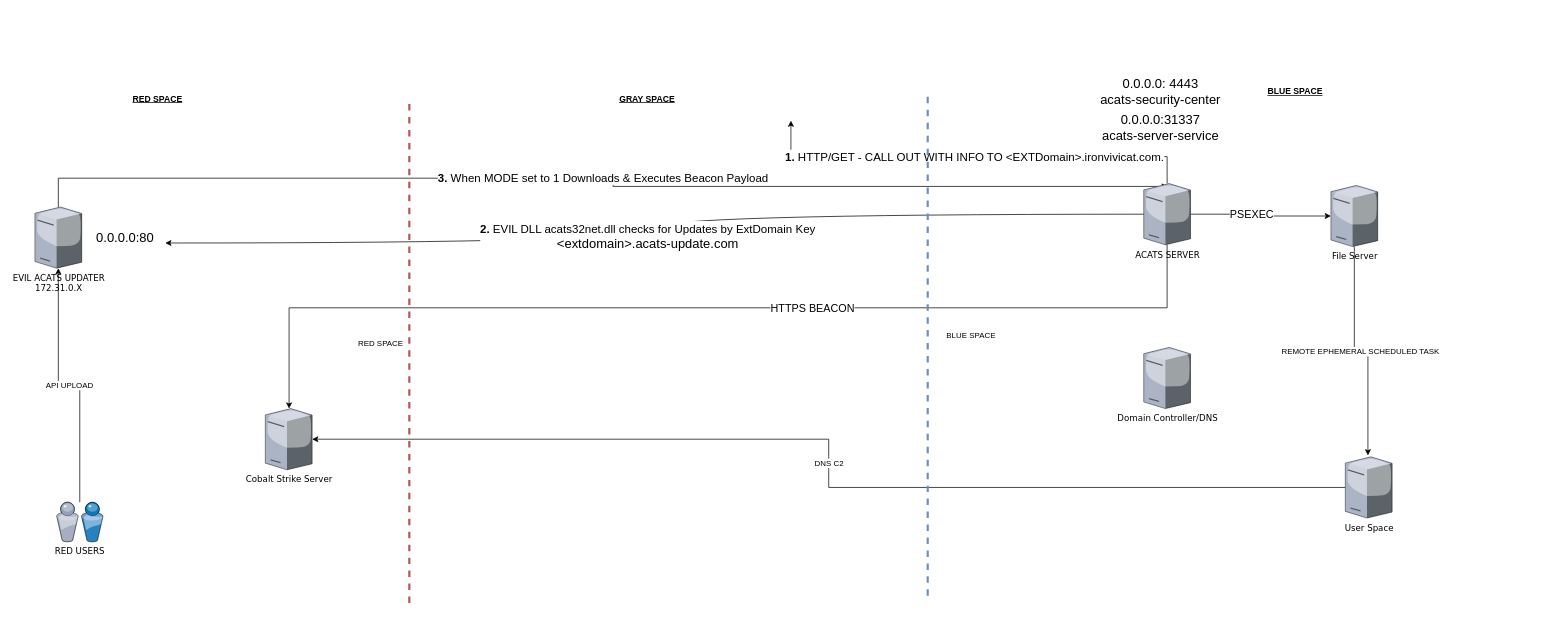
The draw.io diagram Cronos Primo.drawio in arosenmund/attack-diagrams, before the edit. Source tidied: cells renumbered, new cells numbered last; positions are measured from the earlier drawing's top-left corner, leaving out a move shared by most shapes. Both pictures are drawn from the tidied source at 72%, with x=0, y=0 at pixel (35, 73).
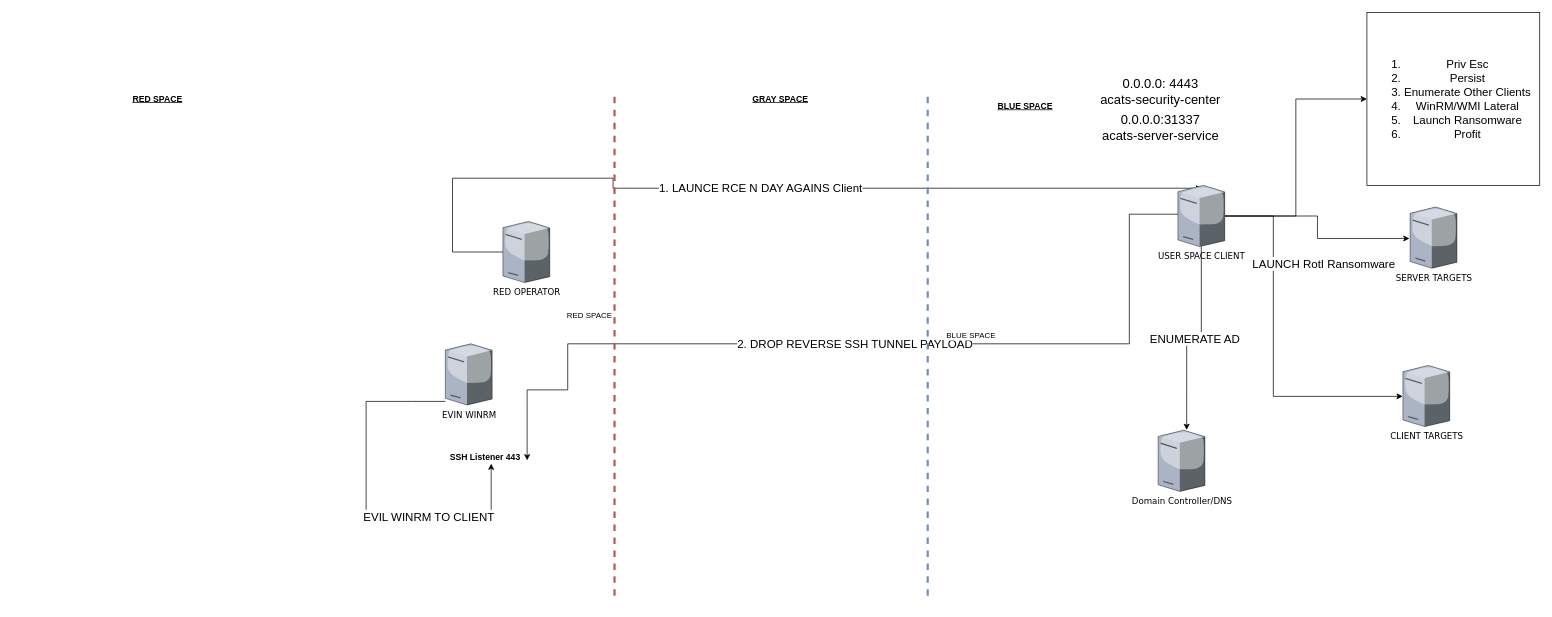
After the change.

What changed in the source:
```diff
@@
-    <mxCell id="2" value="API UPLOAD" style="edgeStyle=orthogonalEdgeStyle;rounded=0;jettySize=auto;html=1;" parent="1" edge="1" source="3" target="5">
-      <mxGeometry relative="1" as="geometry" />
-    </mxCell>
-    <mxCell id="3" value="RED USERS" style="verticalLabelPosition=bottom;html=1;verticalAlign=top;strokeColor=none;shape=mxgraph.citrix.users;rounded=0;shadow=0;comic=0;fontFamily=Verdana;" parent="1" vertex="1">
-      <mxGeometry x="30" y="595" width="64.5" height="55" as="geometry" />
-    </mxCell>
-    <mxCell id="4" value="&lt;font style=&quot;font-size: 16px;&quot;&gt;&lt;b&gt;3.&lt;/b&gt; When MODE set to 1 Downloads &amp;amp; Executes Beacon Payload&lt;/font&gt;" style="edgeStyle=orthogonalEdgeStyle;rounded=0;jettySize=auto;html=1;entryX=0.513;entryY=0.046;entryDx=0;entryDy=0;entryPerimeter=0;" parent="1" edge="1" source="5" target="16">
+    <mxCell id="4" value="&lt;span style=&quot;font-size: 16px;&quot;&gt;1. LAUNCE RCE N DAY AGAINS Client&lt;/span&gt;" style="edgeStyle=orthogonalEdgeStyle;rounded=0;jettySize=auto;html=1;entryX=0.513;entryY=0.046;entryDx=0;entryDy=0;entryPerimeter=0;" parent="1" edge="1" source="5" target="16">
       <mxGeometry relative="1" as="geometry">
         <Array as="points">
-          <mxPoint x="33" y="145" />
+          <mxPoint x="580" y="248" />
+          <mxPoint x="580" y="145" />
           <mxPoint x="803" y="145" />
-          <mxPoint x="803" y="156" />
+          <mxPoint x="803" y="159" />
         </Array>
       </mxGeometry>
     </mxCell>
-    <mxCell id="5" value="EVIL ACATS UPDATER&lt;br&gt;172.31.0.X" style="verticalLabelPosition=bottom;html=1;verticalAlign=top;strokeColor=none;shape=mxgraph.citrix.tower_server;rounded=0;shadow=0;comic=0;fontFamily=Verdana;" parent="1" vertex="1">
-      <mxGeometry y="185" width="65" height="85" as="geometry" />
+    <mxCell id="5" value="RED OPERATOR&lt;br&gt;" style="verticalLabelPosition=bottom;html=1;verticalAlign=top;strokeColor=none;shape=mxgraph.citrix.tower_server;rounded=0;shadow=0;comic=0;fontFamily=Verdana;" parent="1" vertex="1">
+      <mxGeometry x="650" y="205" width="65" height="85" as="geometry" />
     </mxCell>
+    <mxCell id="27" value="EVIL WINRM TO CLIENT" style="edgeStyle=orthogonalEdgeStyle;rounded=0;jettySize=auto;html=1;entryX=0.579;entryY=0.95;entryDx=0;entryDy=0;entryPerimeter=0;fontSize=16;" parent="1" edge="1" source="6" target="33">
+      <mxGeometry x="0.38" relative="1" as="geometry">
+        <Array as="points">
+          <mxPoint x="523" y="455" />
+          <mxPoint x="460" y="455" />
+          <mxPoint x="460" y="615" />
+          <mxPoint x="634" y="615" />
+        </Array>
+      </mxGeometry>
+    </mxCell>
-    <mxCell id="6" value="Cobalt Strike Server&lt;br&gt;" style="verticalLabelPosition=bottom;html=1;verticalAlign=top;strokeColor=none;shape=mxgraph.citrix.tower_server;rounded=0;shadow=0;comic=0;fontFamily=Verdana;" parent="1" vertex="1">
-      <mxGeometry x="320" y="465" width="65" height="85" as="geometry" />
+    <mxCell id="6" value="EVIN WINRM" style="verticalLabelPosition=bottom;html=1;verticalAlign=top;strokeColor=none;shape=mxgraph.citrix.tower_server;rounded=0;shadow=0;comic=0;fontFamily=Verdana;" parent="1" vertex="1">
+      <mxGeometry x="570" y="375" width="65" height="85" as="geometry" />
     </mxCell>
-    <mxCell id="7" value="REMOTE EPHEMERAL SCHEDULED TASK" style="edgeStyle=orthogonalEdgeStyle;rounded=0;jettySize=auto;html=1;entryX=0.483;entryY=-0.023;entryDx=0;entryDy=0;entryPerimeter=0;" parent="1" edge="1" source="8" target="22">
-      <mxGeometry relative="1" as="geometry" />
-    </mxCell>
-    <mxCell id="8" value="File Server&lt;br&gt;" style="verticalLabelPosition=bottom;html=1;verticalAlign=top;strokeColor=none;shape=mxgraph.citrix.tower_server;rounded=0;shadow=0;comic=0;fontFamily=Verdana;" parent="1" vertex="1">
-      <mxGeometry x="1800" y="155" width="65" height="85" as="geometry" />
+    <mxCell id="8" value="SERVER TARGETS" style="verticalLabelPosition=bottom;html=1;verticalAlign=top;strokeColor=none;shape=mxgraph.citrix.tower_server;rounded=0;shadow=0;comic=0;fontFamily=Verdana;" parent="1" vertex="1">
+      <mxGeometry x="1910" y="185" width="65" height="85" as="geometry" />
     </mxCell>
     <mxCell id="9" value="Domain Controller/DNS" style="verticalLabelPosition=bottom;html=1;verticalAlign=top;strokeColor=none;shape=mxgraph.citrix.tower_server;rounded=0;shadow=0;comic=0;fontFamily=Verdana;" parent="1" vertex="1">
-      <mxGeometry x="1540" y="380" width="65" height="85" as="geometry" />
+      <mxGeometry x="1560" y="495" width="65" height="85" as="geometry" />
     </mxCell>
-    <mxCell id="10" value="&lt;font style=&quot;font-size: 18px;&quot;&gt;0.0.0.0:80&lt;/font&gt;" style="text;html=1;align=center;verticalAlign=middle;points=[];strokeColor=none;fillColor=none;" parent="1" vertex="1">
-      <mxGeometry x="75" y="217.5" width="100" height="20" as="geometry" />
-    </mxCell>
+    <mxCell id="28" style="edgeStyle=orthogonalEdgeStyle;rounded=0;jettySize=auto;html=1;fontStyle=1;entryX=1.033;entryY=0.717;entryDx=0;entryDy=0;entryPerimeter=0;" parent="1" edge="1" source="16" target="33">
+      <mxGeometry relative="1" as="geometry">
+        <Array as="points">
+          <mxPoint x="1520" y="195" />
+          <mxPoint x="1520" y="375" />
+          <mxPoint x="740" y="375" />
+          <mxPoint x="740" y="439" />
+          <mxPoint x="684" y="439" />
+        </Array>
+      </mxGeometry>
+    </mxCell>
+    <mxCell id="29" value="&lt;span style=&quot;font-size: 16px;&quot;&gt;2. DROP REVERSE SSH TUNNEL PAYLOAD&lt;/span&gt;" style="edgeLabel;html=1;align=center;verticalAlign=middle;fontSize=16;" parent="28" vertex="1">
+      <mxGeometry x="0.01" y="-1" relative="1" as="geometry" />
+    </mxCell>
+    <mxCell id="30" value="ENUMERATE AD" style="edgeStyle=orthogonalEdgeStyle;rounded=0;jettySize=auto;html=1;entryX=0.61;entryY=-0.004;entryDx=0;entryDy=0;entryPerimeter=0;fontSize=16;" parent="1" edge="1" source="16" target="9">
+      <mxGeometry relative="1" as="geometry" />
+    </mxCell>
-    <mxCell id="11" style="edgeStyle=orthogonalEdgeStyle;rounded=0;jettySize=auto;html=1;" parent="1" edge="1" source="16" target="8">
+    <mxCell id="11" style="edgeStyle=orthogonalEdgeStyle;rounded=0;jettySize=auto;html=1;entryX=-0.015;entryY=0.514;entryDx=0;entryDy=0;entryPerimeter=0;fontSize=16;" parent="1" edge="1" source="16" target="8">
       <mxGeometry relative="1" as="geometry" />
     </mxCell>
-    <mxCell id="12" value="PSEXEC" style="edgeLabel;html=1;align=center;verticalAlign=middle;fontSize=15;" parent="11" vertex="1">
-      <mxGeometry x="-0.15" y="1" relative="1" as="geometry" />
-    </mxCell>
-    <mxCell id="13" style="edgeStyle=orthogonalEdgeStyle;rounded=0;jettySize=auto;html=1;" parent="1" edge="1" source="16" target="6">
-      <mxGeometry relative="1" as="geometry">
-        <Array as="points">
-          <mxPoint x="1573" y="325" />
-          <mxPoint x="353" y="325" />
-        </Array>
-      </mxGeometry>
-    </mxCell>
-    <mxCell id="14" value="HTTPS BEACON" style="edgeLabel;html=1;align=center;verticalAlign=middle;fontSize=15;" parent="13" vertex="1">
-      <mxGeometry x="-0.82" y="-1" relative="1" as="geometry">
-        <mxPoint x="-451" as="offset" />
-      </mxGeometry>
-    </mxCell>
-    <mxCell id="15" value="&lt;font style=&quot;font-size: 16px;&quot;&gt;&lt;b&gt;1.&lt;/b&gt; HTTP/GET - CALL OUT WITH INFO TO &amp;lt;EXTDomain&amp;gt;.ironvivicat.com.&lt;/font&gt;" style="edgeStyle=orthogonalEdgeStyle;rounded=0;jettySize=auto;html=1;" parent="1" edge="1" source="16">
-      <mxGeometry relative="1" as="geometry">
-        <mxPoint x="1050" y="65" as="targetPoint" />
-        <Array as="points">
-          <mxPoint x="1573" y="115" />
-          <mxPoint x="1050" y="115" />
-        </Array>
-      </mxGeometry>
-    </mxCell>
+    <mxCell id="31" value="LAUNCH RotI Ransomware" style="edgeStyle=orthogonalEdgeStyle;rounded=0;jettySize=auto;html=1;entryX=-0.005;entryY=0.506;entryDx=0;entryDy=0;entryPerimeter=0;fontSize=16;" parent="1" edge="1" source="16" target="22">
+      <mxGeometry x="-0.46" y="70" relative="1" as="geometry">
+        <Array as="points">
+          <mxPoint x="1720" y="198" />
+          <mxPoint x="1720" y="448" />
+        </Array>
+      </mxGeometry>
+    </mxCell>
+    <mxCell id="32" style="edgeStyle=orthogonalEdgeStyle;rounded=0;jettySize=auto;html=1;fontSize=16;" parent="1" edge="1" source="16" target="34">
+      <mxGeometry relative="1" as="geometry" />
+    </mxCell>
-    <mxCell id="16" value="ACATS SERVER" style="verticalLabelPosition=bottom;html=1;verticalAlign=top;strokeColor=none;shape=mxgraph.citrix.tower_server;rounded=0;shadow=0;comic=0;fontFamily=Verdana;" parent="1" vertex="1">
-      <mxGeometry x="1540" y="152.5" width="65" height="85" as="geometry" />
+    <mxCell id="16" value="USER SPACE CLIENT" style="verticalLabelPosition=bottom;html=1;verticalAlign=top;strokeColor=none;shape=mxgraph.citrix.tower_server;rounded=0;shadow=0;comic=0;fontFamily=Verdana;" parent="1" vertex="1">
+      <mxGeometry x="1587.5" y="155" width="65" height="85" as="geometry" />
     </mxCell>
-    <mxCell id="17" value="&lt;font style=&quot;font-size: 16px;&quot;&gt;&lt;b&gt;2.&lt;/b&gt; EVIL DLL acats32net.dll checks for Updates by ExtDomain Key&lt;br&gt;&lt;/font&gt;&amp;lt;extdomain&amp;gt;.acats-update.com" style="endArrow=classic;html=1;rounded=0;fontSize=18;entryX=1.06;entryY=0.875;entryDx=0;entryDy=0;entryPerimeter=0;edgeStyle=orthogonalEdgeStyle;curved=1;" parent="1" edge="1" source="16" target="10">
-      <mxGeometry x="0.02" y="-7" relative="1" as="geometry" />
-    </mxCell>
@@
     <mxCell id="20" value="RED SPACE" style="endArrow=none;dashed=1;html=1;rounded=0;fillColor=#f8cecc;strokeColor=#b85450;strokeWidth=3;" parent="1" edge="1">
-      <mxGeometry x="0.03" y="40" relative="1" as="geometry">
-        <mxPoint x="520" y="735" as="sourcePoint" />
-        <mxPoint x="520" y="35" as="targetPoint" />
+      <mxGeometry x="0.11" y="35" relative="1" as="geometry">
+        <mxPoint x="805" y="725" as="sourcePoint" />
+        <mxPoint x="805" y="25" as="targetPoint" />
       </mxGeometry>
     </mxCell>
-    <mxCell id="21" value="DNS C2" style="edgeStyle=orthogonalEdgeStyle;rounded=0;jettySize=auto;html=1;" parent="1" edge="1" source="22" target="6">
-      <mxGeometry relative="1" as="geometry" />
-    </mxCell>
-    <mxCell id="22" value="User Space" style="verticalLabelPosition=bottom;html=1;verticalAlign=top;strokeColor=none;shape=mxgraph.citrix.tower_server;rounded=0;shadow=0;comic=0;fontFamily=Verdana;" parent="1" vertex="1">
-      <mxGeometry x="1820" y="532" width="65" height="85" as="geometry" />
+    <mxCell id="22" value="CLIENT TARGETS" style="verticalLabelPosition=bottom;html=1;verticalAlign=top;strokeColor=none;shape=mxgraph.citrix.tower_server;rounded=0;shadow=0;comic=0;fontFamily=Verdana;" parent="1" vertex="1">
+      <mxGeometry x="1900" y="405" width="65" height="85" as="geometry" />
     </mxCell>
@@
     <mxCell id="24" value="&lt;b&gt;&lt;u&gt;GRAY SPACE&lt;/u&gt;&lt;/b&gt;" style="text;html=1;align=center;verticalAlign=middle;strokeColor=none;fillColor=none;" parent="1" vertex="1">
-      <mxGeometry x="805" y="25" width="90" height="20" as="geometry" />
+      <mxGeometry x="990" y="25" width="90" height="20" as="geometry" />
     </mxCell>
@@
     <mxCell id="26" value="&lt;b&gt;&lt;u&gt;BLUE SPACE&lt;/u&gt;&lt;/b&gt;" style="text;html=1;align=center;verticalAlign=middle;strokeColor=none;fillColor=none;" parent="1" vertex="1">
-      <mxGeometry x="1705" y="15" width="90" height="20" as="geometry" />
+      <mxGeometry x="1330" y="35" width="90" height="20" as="geometry" />
     </mxCell>
+    <mxCell id="33" value="&lt;b&gt;SSH Listener 443&lt;/b&gt;" style="text;html=1;align=center;verticalAlign=middle;points=[];strokeColor=none;fillColor=none;" parent="1" vertex="1">
+      <mxGeometry x="570" y="522.5" width="110" height="20" as="geometry" />
+    </mxCell>
+    <mxCell id="34" value="&lt;ol&gt;&lt;li&gt;Priv Esc&lt;/li&gt;&lt;li&gt;Persist&lt;br&gt;&lt;/li&gt;&lt;li&gt;Enumerate Other Clients&lt;/li&gt;&lt;li&gt;WinRM/WMI Lateral&lt;/li&gt;&lt;li&gt;Launch Ransomware&lt;/li&gt;&lt;li&gt;Profit&lt;/li&gt;&lt;/ol&gt;" style="whiteSpace=wrap;html=1;fontSize=16;" parent="1" vertex="1">
+      <mxGeometry x="1850" y="-85" width="240" height="240" as="geometry" />
+    </mxCell>
```
